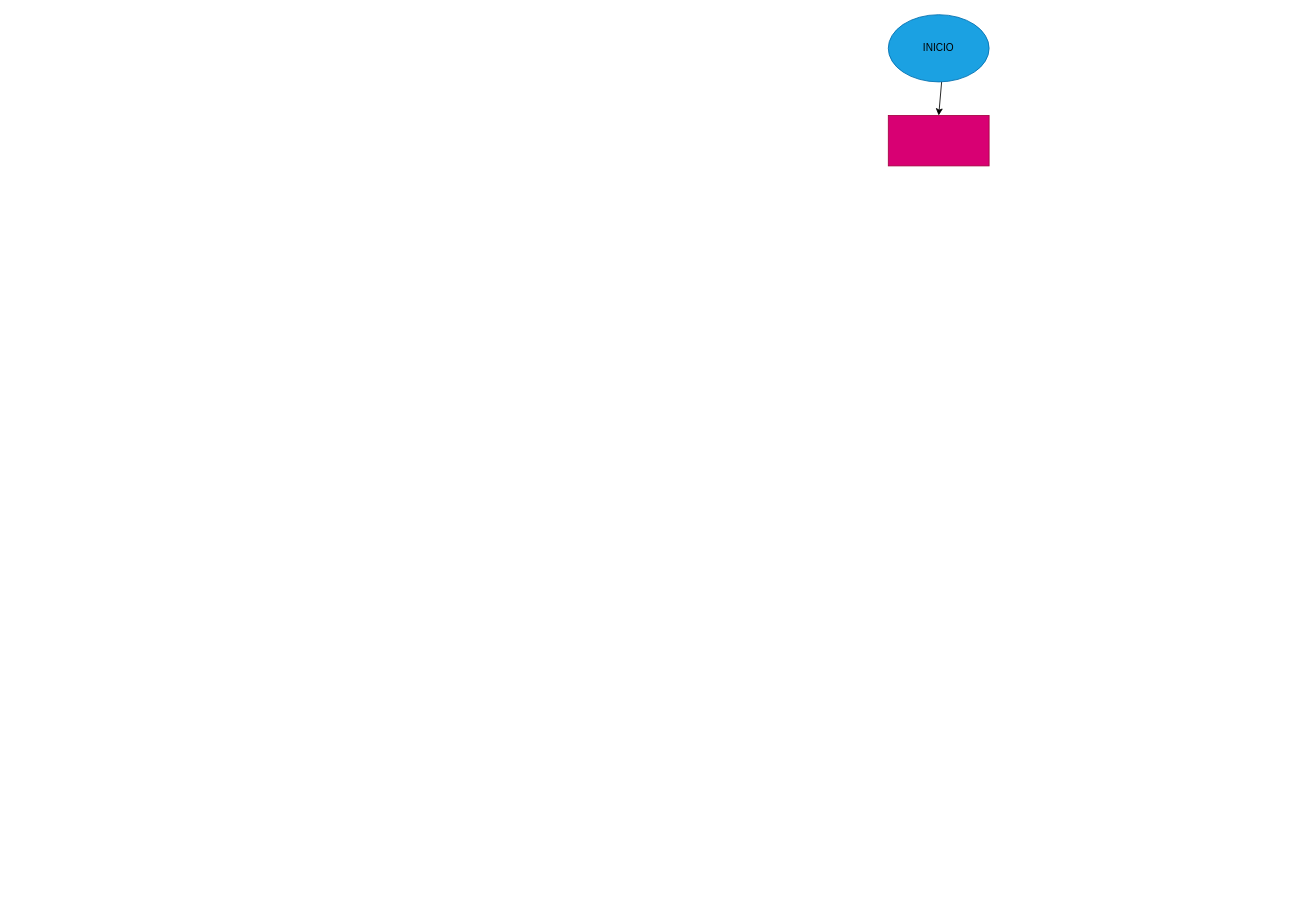
Luzaraque3/JUEGO_PIEDRA-PAPEL-Y-TIJERA keeps this draw.io diagram as diagrama.drawio. Above is the earlier version. Source tidied: cells renumbered, new cells numbered last; positions are measured from the earlier drawing's top-left corner, leaving out a move shared by most shapes. Both pictures are drawn from the tidied source at 84%, with x=0, y=0 at pixel (888, 14).
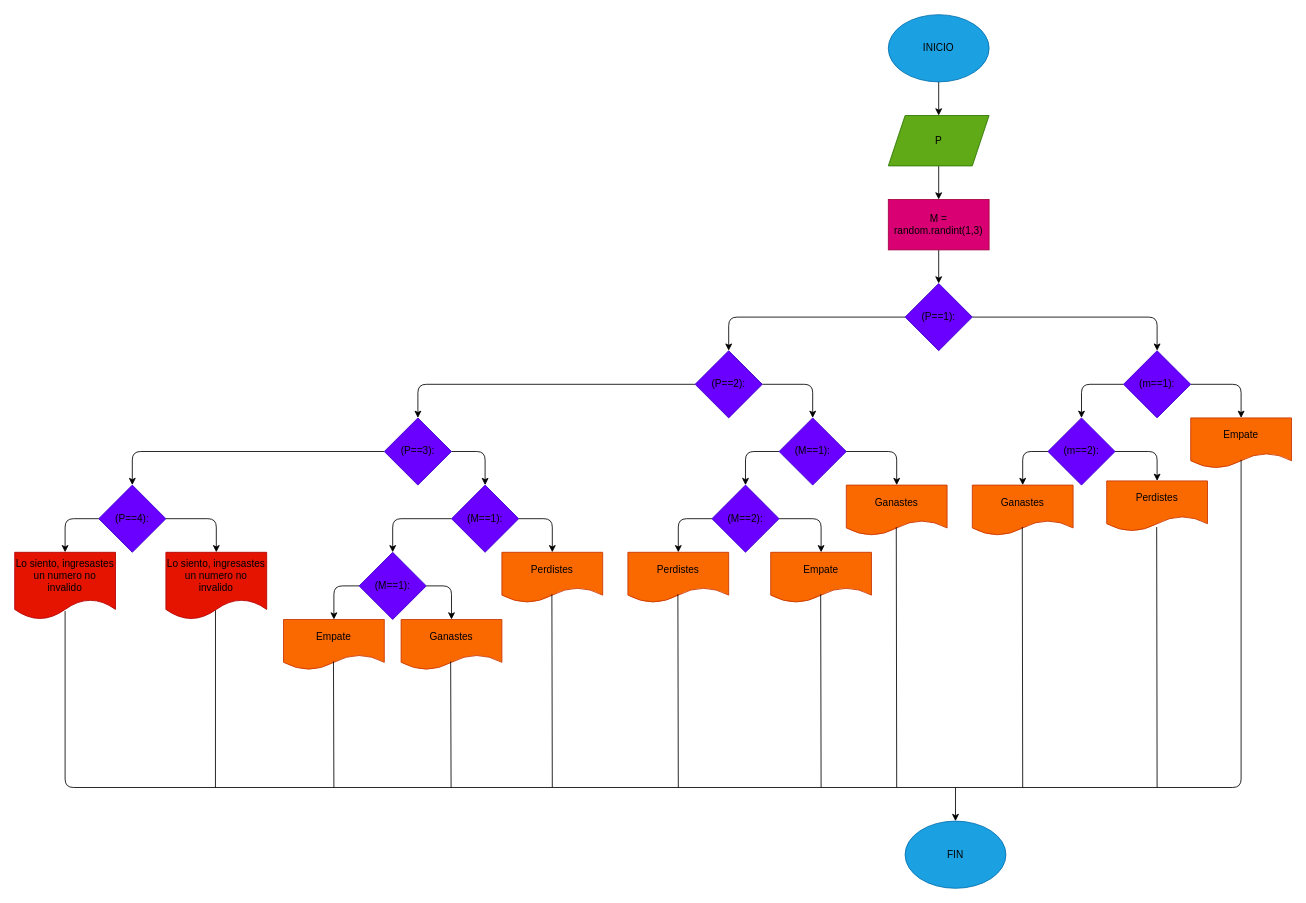
Above is the later version.

Commit message (it also covers changes not shown here):
Se agrego diagrama, programa y README

The change refers to these unchanged cells:
```xml
<mxCell id="3" value="&lt;font color=&quot;#000000&quot;&gt;INICIO&lt;/font&gt;" style="ellipse;whiteSpace=wrap;html=1;fillColor=#1ba1e2;fontColor=#ffffff;strokeColor=#006EAF;" parent="1" vertex="1">
  <mxGeometry width="120" height="80" as="geometry" />
</mxCell>
```

Change to the diagram source:
```diff
@@
-    <mxCell id="2" style="edgeStyle=none;html=1;fontColor=#000000;" parent="1" edge="1" source="3" target="4">
-      <mxGeometry relative="1" as="geometry" />
+    <mxCell id="2" style="edgeStyle=none;html=1;fontColor=#000000;" parent="1" edge="1" source="3">
+      <mxGeometry relative="1" as="geometry">
+        <mxPoint x="60" y="120" as="targetPoint" />
+      </mxGeometry>
     </mxCell>
@@
+    <mxCell id="5" style="edgeStyle=none;html=1;fontColor=#000000;" parent="1" edge="1" source="4" target="13">
+      <mxGeometry relative="1" as="geometry" />
+    </mxCell>
-    <mxCell id="4" style="whiteSpace=wrap;html=1;fillColor=#d80073;strokeColor=#A50040;fontColor=#ffffff;" parent="1" vertex="1">
-      <mxGeometry y="120" width="120" height="60" as="geometry" />
+    <mxCell id="4" value="&lt;font color=&quot;#000000&quot;&gt;M = random.randint(1,3)&lt;/font&gt;" style="whiteSpace=wrap;html=1;fillColor=#d80073;strokeColor=#A50040;fontColor=#ffffff;" parent="1" vertex="1">
+      <mxGeometry y="220" width="120" height="60" as="geometry" />
     </mxCell>
+    <mxCell id="6" style="edgeStyle=none;html=1;fontColor=#000000;" parent="1" edge="1" source="7" target="4">
+      <mxGeometry relative="1" as="geometry" />
+    </mxCell>
+    <mxCell id="7" value="&lt;font color=&quot;#000000&quot;&gt;P&lt;/font&gt;" style="shape=parallelogram;perimeter=parallelogramPerimeter;whiteSpace=wrap;html=1;fixedSize=1;fontColor=#ffffff;fillColor=#60a917;strokeColor=#2D7600;" parent="1" vertex="1">
+      <mxGeometry y="120" width="120" height="60" as="geometry" />
+    </mxCell>
+    <mxCell id="8" style="edgeStyle=none;html=1;fontColor=#000000;" parent="1" edge="1" source="13" target="11">
+      <mxGeometry relative="1" as="geometry">
+        <Array as="points">
+          <mxPoint x="320" y="360" />
+        </Array>
+      </mxGeometry>
+    </mxCell>
+    <mxCell id="9" style="edgeStyle=none;html=1;fontColor=#000000;" parent="1" edge="1" source="11" target="14">
+      <mxGeometry relative="1" as="geometry">
+        <Array as="points">
+          <mxPoint x="420" y="440" />
+        </Array>
+      </mxGeometry>
+    </mxCell>
+    <mxCell id="10" style="edgeStyle=none;html=1;fontColor=#000000;" parent="1" edge="1" source="11" target="15">
+      <mxGeometry relative="1" as="geometry">
+        <Array as="points">
+          <mxPoint x="230" y="440" />
+        </Array>
+      </mxGeometry>
+    </mxCell>
+    <mxCell id="11" value="&lt;font color=&quot;#000000&quot;&gt;(m==1):&lt;/font&gt;" style="rhombus;whiteSpace=wrap;html=1;fontColor=#ffffff;fillColor=#6a00ff;strokeColor=#3700CC;" parent="1" vertex="1">
+      <mxGeometry x="280" y="400" width="80" height="80" as="geometry" />
+    </mxCell>
+    <mxCell id="12" style="edgeStyle=none;html=1;fontColor=#000000;" parent="1" edge="1" source="13" target="22">
+      <mxGeometry relative="1" as="geometry">
+        <Array as="points">
+          <mxPoint x="-190" y="360" />
+        </Array>
+      </mxGeometry>
+    </mxCell>
+    <mxCell id="13" value="&lt;font color=&quot;#000000&quot;&gt;(P==1):&lt;/font&gt;" style="rhombus;whiteSpace=wrap;html=1;fontColor=#ffffff;fillColor=#6a00ff;strokeColor=#3700CC;" parent="1" vertex="1">
+      <mxGeometry x="20" y="320" width="80" height="80" as="geometry" />
+    </mxCell>
+    <mxCell id="14" value="Empate" style="shape=document;whiteSpace=wrap;html=1;boundedLbl=1;fontColor=#000000;fillColor=#fa6800;strokeColor=#C73500;" parent="1" vertex="1">
+      <mxGeometry x="360" y="480" width="120" height="60" as="geometry" />
+    </mxCell>
+    <mxCell id="15" value="&lt;font color=&quot;#000000&quot;&gt;(m==2):&lt;/font&gt;" style="rhombus;whiteSpace=wrap;html=1;fontColor=#ffffff;fillColor=#6a00ff;strokeColor=#3700CC;" parent="1" vertex="1">
+      <mxGeometry x="190" y="480" width="80" height="80" as="geometry" />
+    </mxCell>
+    <mxCell id="16" value="Perdistes" style="shape=document;whiteSpace=wrap;html=1;boundedLbl=1;fontColor=#000000;fillColor=#fa6800;strokeColor=#C73500;" parent="1" vertex="1">
+      <mxGeometry x="260" y="555" width="120" height="60" as="geometry" />
+    </mxCell>
+    <mxCell id="17" style="endArrow=classic;html=1;fontColor=#000000;exitX=1;exitY=0.5;exitDx=0;exitDy=0;entryX=0.5;entryY=0;entryDx=0;entryDy=0;" parent="1" edge="1" source="15" target="16">
+      <mxGeometry relative="1" as="geometry">
+        <Array as="points">
+          <mxPoint x="320" y="520" />
+        </Array>
+      </mxGeometry>
+    </mxCell>
+    <mxCell id="18" value="Ganastes" style="shape=document;whiteSpace=wrap;html=1;boundedLbl=1;fontColor=#000000;fillColor=#fa6800;strokeColor=#C73500;" parent="1" vertex="1">
+      <mxGeometry x="100" y="560" width="120" height="60" as="geometry" />
+    </mxCell>
+    <mxCell id="19" style="endArrow=classic;html=1;fontColor=#000000;exitX=0;exitY=0.5;exitDx=0;exitDy=0;entryX=0.5;entryY=0;entryDx=0;entryDy=0;" parent="1" edge="1" source="15" target="18">
+      <mxGeometry relative="1" as="geometry">
+        <Array as="points">
+          <mxPoint x="160" y="520" />
+        </Array>
+      </mxGeometry>
+    </mxCell>
+    <mxCell id="20" style="edgeStyle=none;html=1;fontColor=#000000;" parent="1" edge="1" source="22" target="24">
+      <mxGeometry relative="1" as="geometry">
+        <Array as="points">
+          <mxPoint x="-90" y="440" />
+        </Array>
+      </mxGeometry>
+    </mxCell>
+    <mxCell id="21" style="edgeStyle=none;html=1;fontColor=#000000;" parent="1" edge="1" source="22" target="34">
+      <mxGeometry relative="1" as="geometry">
+        <Array as="points">
+          <mxPoint x="-560" y="440" />
+        </Array>
+      </mxGeometry>
+    </mxCell>
+    <mxCell id="22" value="&lt;font color=&quot;#000000&quot;&gt;(P==2):&lt;/font&gt;" style="rhombus;whiteSpace=wrap;html=1;fontColor=#ffffff;fillColor=#6a00ff;strokeColor=#3700CC;" parent="1" vertex="1">
+      <mxGeometry x="-230" y="400" width="80" height="80" as="geometry" />
+    </mxCell>
+    <mxCell id="23" style="edgeStyle=none;html=1;fontColor=#000000;" parent="1" edge="1" source="24" target="27">
+      <mxGeometry relative="1" as="geometry">
+        <Array as="points">
+          <mxPoint x="-170" y="520" />
+        </Array>
+      </mxGeometry>
+    </mxCell>
+    <mxCell id="24" value="&lt;font color=&quot;#000000&quot;&gt;(M==1):&lt;/font&gt;" style="rhombus;whiteSpace=wrap;html=1;fontColor=#ffffff;fillColor=#6a00ff;strokeColor=#3700CC;" parent="1" vertex="1">
+      <mxGeometry x="-130" y="480" width="80" height="80" as="geometry" />
+    </mxCell>
+    <mxCell id="25" value="Ganastes" style="shape=document;whiteSpace=wrap;html=1;boundedLbl=1;fontColor=#000000;fillColor=#fa6800;strokeColor=#C73500;" parent="1" vertex="1">
+      <mxGeometry x="-50" y="560" width="120" height="60" as="geometry" />
+    </mxCell>
+    <mxCell id="26" style="endArrow=classic;html=1;fontColor=#000000;entryX=0.5;entryY=0;entryDx=0;entryDy=0;exitX=1;exitY=0.5;exitDx=0;exitDy=0;" parent="1" edge="1" source="24" target="25">
+      <mxGeometry relative="1" as="geometry">
+        <Array as="points">
+          <mxPoint x="10" y="520" />
+        </Array>
+      </mxGeometry>
+    </mxCell>
+    <mxCell id="27" value="&lt;font color=&quot;#000000&quot;&gt;(M==2):&lt;/font&gt;" style="rhombus;whiteSpace=wrap;html=1;fontColor=#ffffff;fillColor=#6a00ff;strokeColor=#3700CC;" parent="1" vertex="1">
+      <mxGeometry x="-210" y="560" width="80" height="80" as="geometry" />
+    </mxCell>
+    <mxCell id="28" value="Empate" style="shape=document;whiteSpace=wrap;html=1;boundedLbl=1;fontColor=#000000;fillColor=#fa6800;strokeColor=#C73500;" parent="1" vertex="1">
+      <mxGeometry x="-140" y="640" width="120" height="60" as="geometry" />
+    </mxCell>
+    <mxCell id="29" value="Perdistes" style="shape=document;whiteSpace=wrap;html=1;boundedLbl=1;fontColor=#000000;fillColor=#fa6800;strokeColor=#C73500;" parent="1" vertex="1">
+      <mxGeometry x="-310" y="640" width="120" height="60" as="geometry" />
+    </mxCell>
+    <mxCell id="30" style="endArrow=classic;html=1;fontColor=#000000;exitX=0;exitY=0.5;exitDx=0;exitDy=0;entryX=0.5;entryY=0;entryDx=0;entryDy=0;" parent="1" edge="1" source="27" target="29">
+      <mxGeometry relative="1" as="geometry">
+        <Array as="points">
+          <mxPoint x="-250" y="600" />
+        </Array>
+      </mxGeometry>
+    </mxCell>
+    <mxCell id="31" style="endArrow=classic;html=1;fontColor=#000000;exitX=1;exitY=0.5;exitDx=0;exitDy=0;entryX=0.5;entryY=0;entryDx=0;entryDy=0;" parent="1" edge="1" source="27" target="28">
+      <mxGeometry relative="1" as="geometry">
+        <Array as="points">
+          <mxPoint x="-80" y="600" />
+        </Array>
+      </mxGeometry>
+    </mxCell>
+    <mxCell id="32" style="edgeStyle=none;html=1;fontColor=#000000;exitX=1;exitY=0.5;exitDx=0;exitDy=0;" parent="1" edge="1" source="34" target="36">
+      <mxGeometry relative="1" as="geometry">
+        <Array as="points">
+          <mxPoint x="-480" y="520" />
+        </Array>
+      </mxGeometry>
+    </mxCell>
+    <mxCell id="33" style="edgeStyle=none;html=1;fontColor=#000000;" parent="1" edge="1" source="34" target="44">
+      <mxGeometry relative="1" as="geometry">
+        <Array as="points">
+          <mxPoint x="-900" y="520" />
+        </Array>
+      </mxGeometry>
+    </mxCell>
+    <mxCell id="34" value="&lt;font color=&quot;#000000&quot;&gt;(P==3):&lt;/font&gt;" style="rhombus;whiteSpace=wrap;html=1;fontColor=#ffffff;fillColor=#6a00ff;strokeColor=#3700CC;" parent="1" vertex="1">
+      <mxGeometry x="-600" y="480" width="80" height="80" as="geometry" />
+    </mxCell>
+    <mxCell id="35" style="edgeStyle=none;html=1;fontColor=#000000;" parent="1" edge="1" source="36" target="39">
+      <mxGeometry relative="1" as="geometry">
+        <Array as="points">
+          <mxPoint x="-590" y="600" />
+        </Array>
+      </mxGeometry>
+    </mxCell>
+    <mxCell id="36" value="&lt;font color=&quot;#000000&quot;&gt;(M==1):&lt;/font&gt;" style="rhombus;whiteSpace=wrap;html=1;fillColor=#6a00ff;strokeColor=#3700CC;fontColor=#ffffff;" parent="1" vertex="1">
+      <mxGeometry x="-520" y="560" width="80" height="80" as="geometry" />
+    </mxCell>
+    <mxCell id="37" value="Perdistes" style="shape=document;whiteSpace=wrap;html=1;boundedLbl=1;fontColor=#000000;fillColor=#fa6800;strokeColor=#C73500;" parent="1" vertex="1">
+      <mxGeometry x="-460" y="640" width="120" height="60" as="geometry" />
+    </mxCell>
+    <mxCell id="38" style="endArrow=classic;html=1;fontColor=#000000;exitX=1;exitY=0.5;exitDx=0;exitDy=0;entryX=0.5;entryY=0;entryDx=0;entryDy=0;" parent="1" edge="1" source="36" target="37">
+      <mxGeometry relative="1" as="geometry">
+        <Array as="points">
+          <mxPoint x="-400" y="600" />
+        </Array>
+      </mxGeometry>
+    </mxCell>
+    <mxCell id="39" value="&lt;font color=&quot;#000000&quot;&gt;(M==1):&lt;/font&gt;" style="rhombus;whiteSpace=wrap;html=1;fillColor=#6a00ff;strokeColor=#3700CC;fontColor=#ffffff;" parent="1" vertex="1">
+      <mxGeometry x="-630" y="640" width="80" height="80" as="geometry" />
+    </mxCell>
+    <mxCell id="40" value="Ganastes" style="shape=document;whiteSpace=wrap;html=1;boundedLbl=1;fontColor=#000000;fillColor=#fa6800;strokeColor=#C73500;" parent="1" vertex="1">
+      <mxGeometry x="-580" y="720" width="120" height="60" as="geometry" />
+    </mxCell>
+    <mxCell id="41" value="Empate" style="shape=document;whiteSpace=wrap;html=1;boundedLbl=1;fontColor=#000000;fillColor=#fa6800;strokeColor=#C73500;" parent="1" vertex="1">
+      <mxGeometry x="-720" y="720" width="120" height="60" as="geometry" />
+    </mxCell>
+    <mxCell id="42" style="endArrow=classic;html=1;fontColor=#000000;exitX=1;exitY=0.5;exitDx=0;exitDy=0;entryX=0.5;entryY=0;entryDx=0;entryDy=0;" parent="1" edge="1" source="39" target="40">
+      <mxGeometry relative="1" as="geometry">
+        <Array as="points">
+          <mxPoint x="-520" y="680" />
+        </Array>
+      </mxGeometry>
+    </mxCell>
+    <mxCell id="43" style="endArrow=classic;html=1;fontColor=#000000;exitX=0;exitY=0.5;exitDx=0;exitDy=0;entryX=0.5;entryY=0;entryDx=0;entryDy=0;" parent="1" edge="1" source="39" target="41">
+      <mxGeometry relative="1" as="geometry">
+        <Array as="points">
+          <mxPoint x="-660" y="680" />
+        </Array>
+      </mxGeometry>
+    </mxCell>
+    <mxCell id="44" value="&lt;font color=&quot;#000000&quot;&gt;(P==4):&lt;/font&gt;" style="rhombus;whiteSpace=wrap;html=1;fontColor=#ffffff;fillColor=#6a00ff;strokeColor=#3700CC;" parent="1" vertex="1">
+      <mxGeometry x="-940" y="560" width="80" height="80" as="geometry" />
+    </mxCell>
+    <mxCell id="45" style="endArrow=classic;html=1;fontColor=#000000;exitX=1;exitY=0.5;exitDx=0;exitDy=0;entryX=0.5;entryY=0;entryDx=0;entryDy=0;" parent="1" edge="1" source="44" target="46">
+      <mxGeometry relative="1" as="geometry">
+        <Array as="points">
+          <mxPoint x="-800" y="600" />
+        </Array>
+      </mxGeometry>
+    </mxCell>
+    <mxCell id="46" value="&lt;font color=&quot;#000000&quot;&gt;Lo siento, ingresastes un numero no invalido&lt;/font&gt;" style="shape=document;whiteSpace=wrap;html=1;boundedLbl=1;fontColor=#ffffff;fillColor=#e51400;strokeColor=#B20000;" parent="1" vertex="1">
+      <mxGeometry x="-860" y="640" width="120" height="80" as="geometry" />
+    </mxCell>
+    <mxCell id="47" style="endArrow=classic;html=1;fontColor=#000000;exitX=0;exitY=0.5;exitDx=0;exitDy=0;entryX=0.5;entryY=0;entryDx=0;entryDy=0;" parent="1" edge="1" source="44" target="48">
+      <mxGeometry relative="1" as="geometry">
+        <Array as="points">
+          <mxPoint x="-980" y="600" />
+        </Array>
+      </mxGeometry>
+    </mxCell>
+    <mxCell id="48" value="&lt;font color=&quot;#000000&quot;&gt;Lo siento, ingresastes un numero no invalido&lt;/font&gt;" style="shape=document;whiteSpace=wrap;html=1;boundedLbl=1;fontColor=#ffffff;fillColor=#e51400;strokeColor=#B20000;" parent="1" vertex="1">
+      <mxGeometry x="-1040" y="640" width="120" height="80" as="geometry" />
+    </mxCell>
+    <mxCell id="49" style="endArrow=none;html=1;fontColor=#000000;exitX=0.5;exitY=0.833;exitDx=0;exitDy=0;exitPerimeter=0;" parent="1" edge="1" source="14">
+      <mxGeometry relative="1" as="geometry">
+        <mxPoint x="-980" y="710" as="targetPoint" />
+        <Array as="points">
+          <mxPoint x="420" y="920" />
+          <mxPoint x="-980" y="920" />
+        </Array>
+      </mxGeometry>
+    </mxCell>
+    <mxCell id="50" style="endArrow=none;html=1;fontColor=#000000;entryX=0.492;entryY=0.863;entryDx=0;entryDy=0;entryPerimeter=0;" parent="1" edge="1" target="46">
+      <mxGeometry relative="1" as="geometry">
+        <mxPoint x="-801" y="920" as="sourcePoint" />
+      </mxGeometry>
+    </mxCell>
+    <mxCell id="51" style="endArrow=none;html=1;fontColor=#000000;entryX=0.492;entryY=0.863;entryDx=0;entryDy=0;entryPerimeter=0;" parent="1" edge="1">
+      <mxGeometry relative="1" as="geometry">
+        <mxPoint x="-660" y="920" as="sourcePoint" />
+        <mxPoint x="-660.5" y="770" as="targetPoint" />
+      </mxGeometry>
+    </mxCell>
+    <mxCell id="52" style="endArrow=none;html=1;fontColor=#000000;entryX=0.492;entryY=0.863;entryDx=0;entryDy=0;entryPerimeter=0;" parent="1" edge="1">
+      <mxGeometry relative="1" as="geometry">
+        <mxPoint x="-520.5" y="920" as="sourcePoint" />
+        <mxPoint x="-521" y="770" as="targetPoint" />
+      </mxGeometry>
+    </mxCell>
+    <mxCell id="53" style="endArrow=none;html=1;fontColor=#000000;entryX=0.492;entryY=0.863;entryDx=0;entryDy=0;entryPerimeter=0;" parent="1" edge="1">
+      <mxGeometry relative="1" as="geometry">
+        <mxPoint x="-400" y="920" as="sourcePoint" />
+        <mxPoint x="-400.5" y="690" as="targetPoint" />
+      </mxGeometry>
+    </mxCell>
+    <mxCell id="54" style="endArrow=none;html=1;fontColor=#000000;entryX=0.492;entryY=0.863;entryDx=0;entryDy=0;entryPerimeter=0;" parent="1" edge="1">
+      <mxGeometry relative="1" as="geometry">
+        <mxPoint x="-250" y="920" as="sourcePoint" />
+        <mxPoint x="-250.5" y="690" as="targetPoint" />
+      </mxGeometry>
+    </mxCell>
+    <mxCell id="55" style="endArrow=none;html=1;fontColor=#000000;entryX=0.492;entryY=0.863;entryDx=0;entryDy=0;entryPerimeter=0;" parent="1" edge="1">
+      <mxGeometry relative="1" as="geometry">
+        <mxPoint x="-80" y="920" as="sourcePoint" />
+        <mxPoint x="-80.5" y="690" as="targetPoint" />
+      </mxGeometry>
+    </mxCell>
+    <mxCell id="56" style="endArrow=none;html=1;fontColor=#000000;entryX=0.492;entryY=0.863;entryDx=0;entryDy=0;entryPerimeter=0;" parent="1" edge="1">
+      <mxGeometry relative="1" as="geometry">
+        <mxPoint x="10" y="920" as="sourcePoint" />
+        <mxPoint x="9.5" y="610" as="targetPoint" />
+      </mxGeometry>
+    </mxCell>
+    <mxCell id="57" style="endArrow=none;html=1;fontColor=#000000;entryX=0.492;entryY=0.863;entryDx=0;entryDy=0;entryPerimeter=0;" parent="1" edge="1">
+      <mxGeometry relative="1" as="geometry">
+        <mxPoint x="160" y="920" as="sourcePoint" />
+        <mxPoint x="159.5" y="610" as="targetPoint" />
+      </mxGeometry>
+    </mxCell>
+    <mxCell id="58" style="endArrow=none;html=1;fontColor=#000000;entryX=0.492;entryY=0.863;entryDx=0;entryDy=0;entryPerimeter=0;" parent="1" edge="1">
+      <mxGeometry relative="1" as="geometry">
+        <mxPoint x="320" y="920" as="sourcePoint" />
+        <mxPoint x="319.5" y="610" as="targetPoint" />
+      </mxGeometry>
+    </mxCell>
+    <mxCell id="59" style="endArrow=classic;html=1;fontColor=#000000;" parent="1" edge="1">
+      <mxGeometry relative="1" as="geometry">
+        <mxPoint x="80" y="920" as="sourcePoint" />
+        <mxPoint x="80" y="960" as="targetPoint" />
+      </mxGeometry>
+    </mxCell>
+    <mxCell id="60" value="&lt;font color=&quot;#000000&quot;&gt;FIN&lt;/font&gt;" style="ellipse;whiteSpace=wrap;html=1;fontColor=#ffffff;fillColor=#1ba1e2;strokeColor=#006EAF;" parent="1" vertex="1">
+      <mxGeometry x="20" y="960" width="120" height="80" as="geometry" />
+    </mxCell>
```
